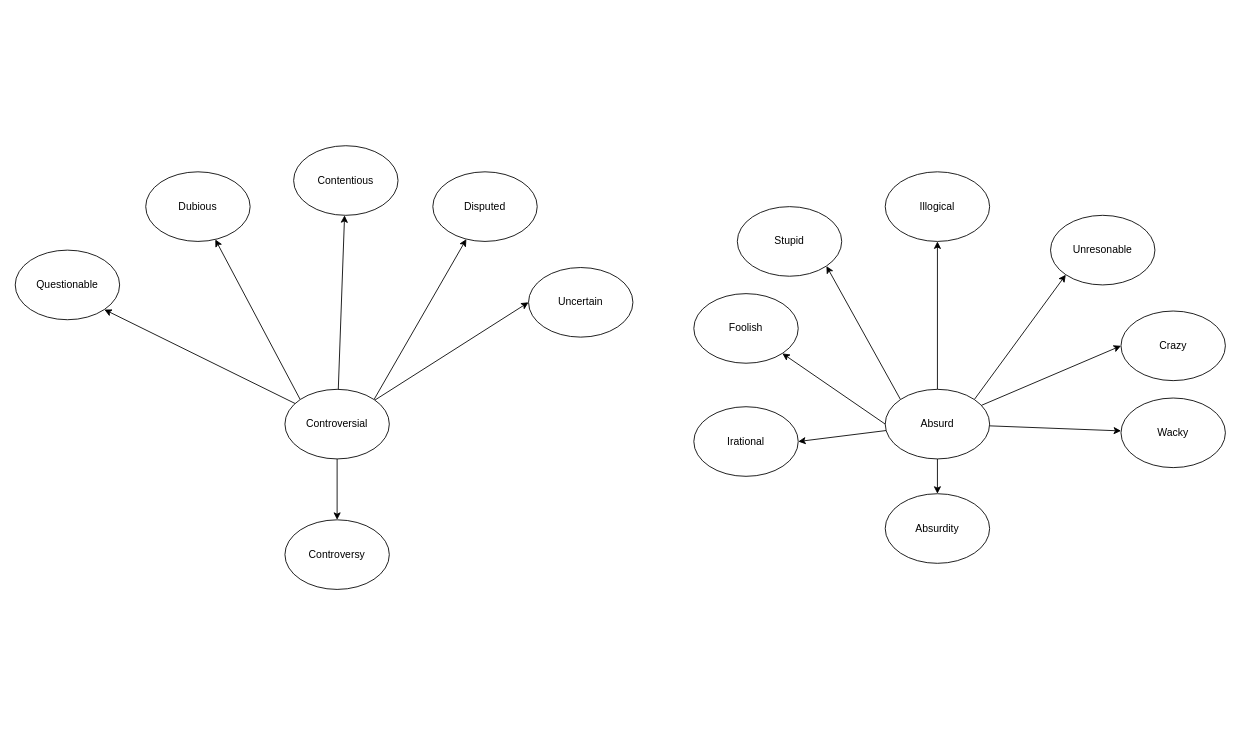
The draw.io diagram page "Adj" (1 of 2) of english.drawio in hoanglechanhtu/english, before the edit. Source tidied: cells renumbered, new cells numbered last; positions are measured from the earlier drawing's top-left corner, leaving out a move shared by most shapes. Both pictures are drawn from the tidied source at 87%, with x=0, y=0 at pixel (15, 145).
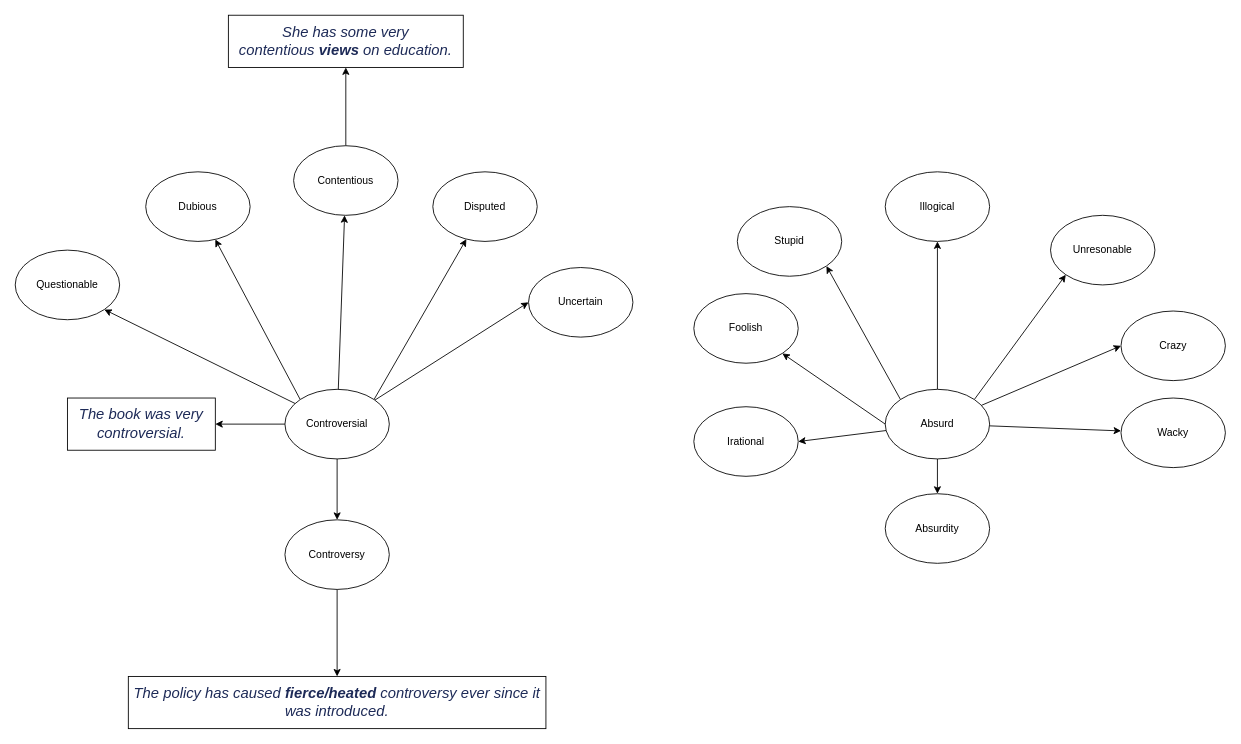
After the change.

Unchanged cells that the change refers to:
```xml
<mxCell id="8" value="Controversial" style="ellipse;whiteSpace=wrap;html=1;" parent="1" vertex="1">
  <mxGeometry x="310" y="280" width="120" height="80" as="geometry" />
</mxCell>
<mxCell id="9" value="Contentious" style="ellipse;whiteSpace=wrap;html=1;" parent="1" vertex="1">
  <mxGeometry x="320" width="120" height="80" as="geometry" />
</mxCell>
<mxCell id="14" value="Controversy" style="ellipse;whiteSpace=wrap;html=1;" parent="1" vertex="1">
  <mxGeometry x="310" y="430" width="120" height="80" as="geometry" />
</mxCell>
```

What changed in the source:
```diff
@@
+    <mxCell id="32" style="edgeStyle=none;rounded=0;jettySize=auto;html=1;" parent="1" edge="1" source="8" target="36">
+      <mxGeometry relative="1" as="geometry" />
+    </mxCell>
@@
+    <mxCell id="33" style="edgeStyle=none;rounded=0;jettySize=auto;html=1;" parent="1" edge="1" source="9" target="37">
+      <mxGeometry relative="1" as="geometry" />
+    </mxCell>
@@
+    <mxCell id="34" style="edgeStyle=none;rounded=0;jettySize=auto;html=1;" parent="1" edge="1" source="14" target="35">
+      <mxGeometry relative="1" as="geometry" />
+    </mxCell>
@@
+    <mxCell id="35" value="&lt;span style=&quot;color: rgb(29, 42, 87); font-size: 17px; font-style: italic; font-weight: 400; letter-spacing: normal; text-indent: 0px; text-transform: none; word-spacing: 0px; display: inline; float: none;&quot;&gt;The&lt;span&gt;&amp;nbsp;&lt;/span&gt;&lt;/span&gt;&lt;a class=&quot;query&quot; href=&quot;https://dictionary.cambridge.org/vi/dictionary/english/policy&quot; title=&quot;policy&quot; style=&quot;box-sizing: border-box; background-color: transparent; text-decoration: none; color: rgb(29, 42, 87); cursor: pointer; font-size: 17px; font-style: italic; font-weight: 400; letter-spacing: normal; text-indent: 0px; text-transform: none; word-spacing: 0px;&quot;&gt;policy&lt;/a&gt;&lt;span style=&quot;color: rgb(29, 42, 87); font-size: 17px; font-style: italic; font-weight: 400; letter-spacing: normal; text-indent: 0px; text-transform: none; word-spacing: 0px; display: inline; float: none;&quot;&gt;&lt;span&gt;&amp;nbsp;&lt;/span&gt;has&lt;span&gt;&amp;nbsp;&lt;/span&gt;&lt;/span&gt;&lt;a class=&quot;query&quot; href=&quot;https://dictionary.cambridge.org/vi/dictionary/english/cause&quot; title=&quot;caused&quot; style=&quot;box-sizing: border-box; background-color: transparent; text-decoration: none; color: rgb(29, 42, 87); cursor: pointer; font-size: 17px; font-style: italic; font-weight: 400; letter-spacing: normal; text-indent: 0px; text-transform: none; word-spacing: 0px;&quot;&gt;caused&lt;/a&gt;&lt;span style=&quot;color: rgb(29, 42, 87); font-size: 17px; font-style: italic; font-weight: 400; letter-spacing: normal; text-indent: 0px; text-transform: none; word-spacing: 0px; display: inline; float: none;&quot;&gt;&lt;span&gt;&amp;nbsp;&lt;/span&gt;&lt;/span&gt;&lt;span class=&quot;b db&quot; style=&quot;box-sizing: border-box; font-weight: 700; color: rgb(29, 42, 87); font-size: 17px; font-style: italic; letter-spacing: normal; text-indent: 0px; text-transform: none; word-spacing: 0px;&quot;&gt;&lt;a class=&quot;query&quot; href=&quot;https://dictionary.cambridge.org/vi/dictionary/english/fierce&quot; title=&quot;fierce&quot; style=&quot;box-sizing: border-box ; background-color: transparent ; text-decoration: none ; color: rgb(29 , 42 , 87) ; cursor: pointer&quot;&gt;fierce&lt;/a&gt;/&lt;a class=&quot;query&quot; href=&quot;https://dictionary.cambridge.org/vi/dictionary/english/heated&quot; title=&quot;heated&quot; style=&quot;box-sizing: border-box ; background-color: transparent ; text-decoration: none ; color: rgb(29 , 42 , 87) ; cursor: pointer&quot;&gt;heated&lt;/a&gt;&lt;/span&gt;&lt;span style=&quot;color: rgb(29, 42, 87); font-size: 17px; font-style: italic; font-weight: 400; letter-spacing: normal; text-indent: 0px; text-transform: none; word-spacing: 0px; display: inline; float: none;&quot;&gt;&lt;span&gt;&amp;nbsp;&lt;/span&gt;controversy&lt;span&gt;&amp;nbsp;&lt;/span&gt;&lt;/span&gt;&lt;a class=&quot;query&quot; href=&quot;https://dictionary.cambridge.org/vi/dictionary/english/ever&quot; title=&quot;ever&quot; style=&quot;box-sizing: border-box; background-color: transparent; text-decoration: none; color: rgb(29, 42, 87); cursor: pointer; font-size: 17px; font-style: italic; font-weight: 400; letter-spacing: normal; text-indent: 0px; text-transform: none; word-spacing: 0px;&quot;&gt;ever&lt;/a&gt;&lt;span style=&quot;color: rgb(29, 42, 87); font-size: 17px; font-style: italic; font-weight: 400; letter-spacing: normal; text-indent: 0px; text-transform: none; word-spacing: 0px; display: inline; float: none;&quot;&gt;&lt;span&gt;&amp;nbsp;&lt;/span&gt;since it was&lt;span&gt;&amp;nbsp;&lt;/span&gt;&lt;/span&gt;&lt;a class=&quot;query&quot; href=&quot;https://dictionary.cambridge.org/vi/dictionary/english/introduce&quot; title=&quot;introduced&quot; style=&quot;box-sizing: border-box; background-color: transparent; text-decoration: none; color: rgb(29, 42, 87); cursor: pointer; font-size: 17px; font-style: italic; font-weight: 400; letter-spacing: normal; text-indent: 0px; text-transform: none; word-spacing: 0px;&quot;&gt;introduced&lt;/a&gt;&lt;span style=&quot;color: rgb(29, 42, 87); font-size: 17px; font-style: italic; font-weight: 400; letter-spacing: normal; text-indent: 0px; text-transform: none; word-spacing: 0px; display: inline; float: none;&quot;&gt;.&lt;/span&gt;" style="whiteSpace=wrap;html=1;" parent="1" vertex="1">
+      <mxGeometry x="130" y="610" width="480" height="60" as="geometry" />
+    </mxCell>
+    <mxCell id="36" value="&lt;span style=&quot;color: rgb(29, 42, 87); font-size: 17px; font-style: italic; font-weight: 400; letter-spacing: normal; text-indent: 0px; text-transform: none; word-spacing: 0px; display: inline; float: none;&quot;&gt;The&lt;span&gt;&amp;nbsp;&lt;/span&gt;&lt;/span&gt;&lt;a class=&quot;query&quot; href=&quot;https://dictionary.cambridge.org/vi/dictionary/english/book&quot; title=&quot;book&quot; style=&quot;box-sizing: border-box; background-color: transparent; text-decoration: none; color: rgb(29, 42, 87); cursor: pointer; font-size: 17px; font-style: italic; font-weight: 400; letter-spacing: normal; text-indent: 0px; text-transform: none; word-spacing: 0px;&quot;&gt;book&lt;/a&gt;&lt;span style=&quot;color: rgb(29, 42, 87); font-size: 17px; font-style: italic; font-weight: 400; letter-spacing: normal; text-indent: 0px; text-transform: none; word-spacing: 0px; display: inline; float: none;&quot;&gt;&lt;span&gt;&amp;nbsp;&lt;/span&gt;was very controversial.&lt;/span&gt;" style="whiteSpace=wrap;html=1;" parent="1" vertex="1">
+      <mxGeometry x="60" y="290" width="170" height="60" as="geometry" />
+    </mxCell>
+    <mxCell id="37" value="&lt;span style=&quot;color: rgb(29, 42, 87); font-size: 17px; font-style: italic; font-weight: 400; letter-spacing: normal; text-indent: 0px; text-transform: none; word-spacing: 0px; display: inline; float: none;&quot;&gt;She has some very contentious&lt;span&gt;&amp;nbsp;&lt;/span&gt;&lt;/span&gt;&lt;span class=&quot;b db&quot; style=&quot;box-sizing: border-box; font-weight: 700; color: rgb(29, 42, 87); font-size: 17px; font-style: italic; letter-spacing: normal; text-indent: 0px; text-transform: none; word-spacing: 0px;&quot;&gt;&lt;a class=&quot;query&quot; href=&quot;https://dictionary.cambridge.org/vi/dictionary/english/view&quot; title=&quot;views&quot; style=&quot;box-sizing: border-box ; background-color: transparent ; text-decoration: none ; color: rgb(29 , 42 , 87) ; cursor: pointer&quot;&gt;views&lt;/a&gt;&lt;/span&gt;&lt;span style=&quot;color: rgb(29, 42, 87); font-size: 17px; font-style: italic; font-weight: 400; letter-spacing: normal; text-indent: 0px; text-transform: none; word-spacing: 0px; display: inline; float: none;&quot;&gt;&lt;span&gt;&amp;nbsp;&lt;/span&gt;on&lt;span&gt;&amp;nbsp;&lt;/span&gt;&lt;/span&gt;&lt;a class=&quot;query&quot; href=&quot;https://dictionary.cambridge.org/vi/dictionary/english/education&quot; title=&quot;education&quot; style=&quot;box-sizing: border-box; background-color: transparent; text-decoration: none; color: rgb(29, 42, 87); cursor: pointer; font-size: 17px; font-style: italic; font-weight: 400; letter-spacing: normal; text-indent: 0px; text-transform: none; word-spacing: 0px;&quot;&gt;education&lt;/a&gt;&lt;span style=&quot;color: rgb(29, 42, 87); font-size: 17px; font-style: italic; font-weight: 400; letter-spacing: normal; text-indent: 0px; text-transform: none; word-spacing: 0px; display: inline; float: none;&quot;&gt;.&lt;/span&gt;" style="whiteSpace=wrap;html=1;" parent="1" vertex="1">
+      <mxGeometry x="245" y="-150" width="270" height="60" as="geometry" />
+    </mxCell>
```
